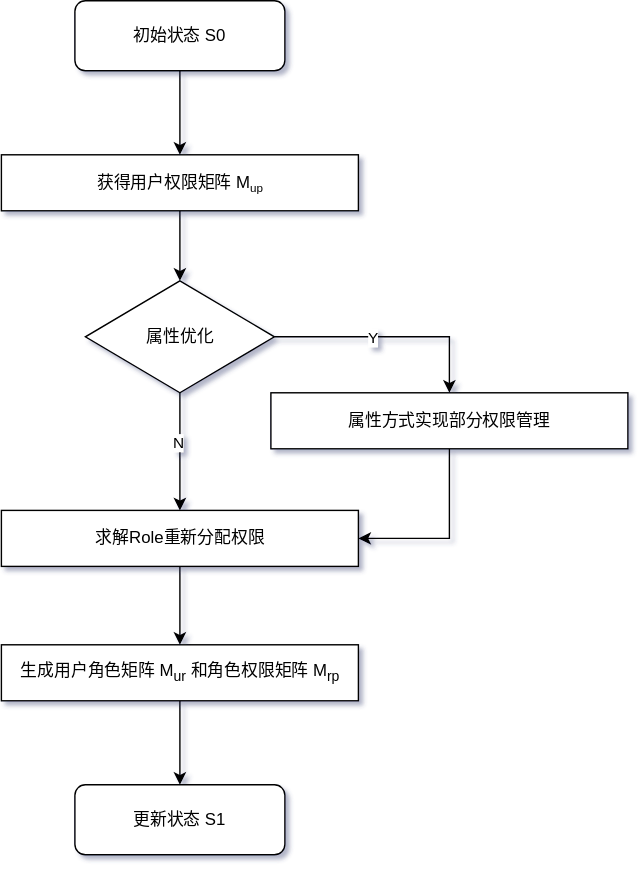
Zr-2021/draw.io_folder keeps this draw.io diagram as 权限自适应优化.svg. Above is the earlier version. Source tidied: cells renumbered, new cells last; positions are measured from the earlier drawing's top-left corner, leaving out a move shared by most shapes.
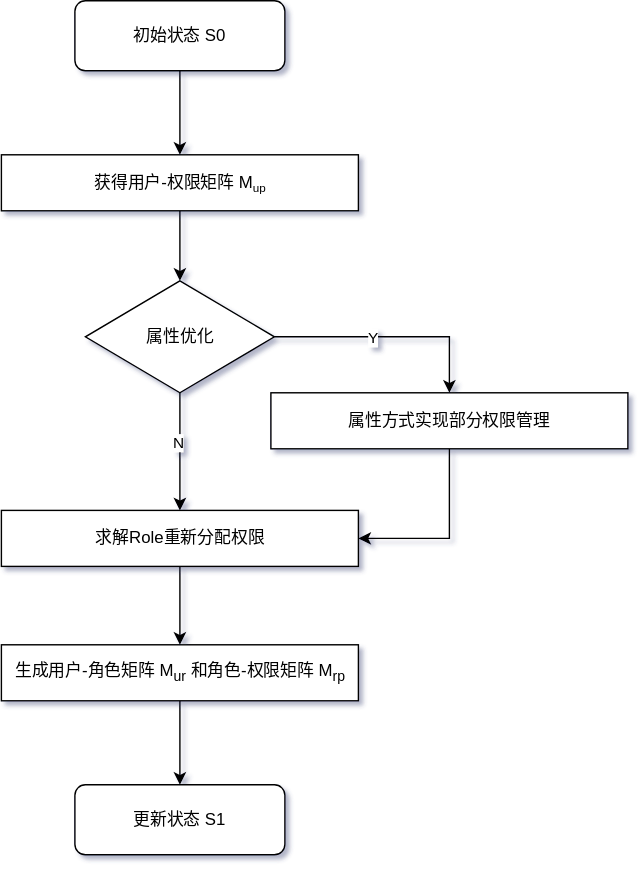
Later version of the same file.

Commit message:
更新权限自适应优化.svg

Change to the diagram source:
```diff
@@ -14,7 +14,7 @@
     <mxCell id="5" style="edgeStyle=orthogonalEdgeStyle;rounded=0;jettySize=auto;html=1;exitX=0.5;exitY=1;exitDx=0;exitDy=0;entryX=0.5;entryY=0;entryDx=0;entryDy=0;" parent="1" edge="1" source="6" target="11">
       <mxGeometry relative="1" as="geometry" />
     </mxCell>
-    <mxCell id="6" value="获得用户权限矩阵 M&lt;span style=&quot;font-size: 10px;&quot;&gt;&lt;sub&gt;up&lt;/sub&gt;&lt;/span&gt;" style="rounded=0;whiteSpace=wrap;html=1;" parent="1" vertex="1">
+    <mxCell id="6" value="获得用户-权限矩阵 M&lt;span style=&quot;font-size: 10px;&quot;&gt;&lt;sub&gt;up&lt;/sub&gt;&lt;/span&gt;" style="rounded=0;whiteSpace=wrap;html=1;" parent="1" vertex="1">
       <mxGeometry x="-0.5" y="110" width="255" height="40" as="geometry" />
     </mxCell>
     <mxCell id="7" style="edgeStyle=orthogonalEdgeStyle;rounded=0;jettySize=auto;html=1;exitX=1;exitY=0.5;exitDx=0;exitDy=0;entryX=0.5;entryY=0;entryDx=0;entryDy=0;" parent="1" edge="1" source="11" target="13">
@@ -49,7 +49,7 @@
     <mxCell id="16" style="edgeStyle=orthogonalEdgeStyle;rounded=0;jettySize=auto;html=1;exitX=0.5;exitY=1;exitDx=0;exitDy=0;entryX=0.5;entryY=0;entryDx=0;entryDy=0;" parent="1" edge="1" source="17" target="4">
       <mxGeometry relative="1" as="geometry" />
     </mxCell>
-    <mxCell id="17" value="生成用户角色矩阵 M&lt;sub&gt;ur&lt;/sub&gt; 和角色权限矩阵 M&lt;sub&gt;rp&lt;/sub&gt;" style="rounded=0;whiteSpace=wrap;html=1;" parent="1" vertex="1">
+    <mxCell id="17" value="生成用户-角色矩阵 M&lt;sub&gt;ur&lt;/sub&gt; 和角色-权限矩阵 M&lt;sub&gt;rp&lt;/sub&gt;" style="rounded=0;whiteSpace=wrap;html=1;" parent="1" vertex="1">
       <mxGeometry x="-0.5" y="460" width="255" height="40" as="geometry" />
     </mxCell>
   </root>
```
